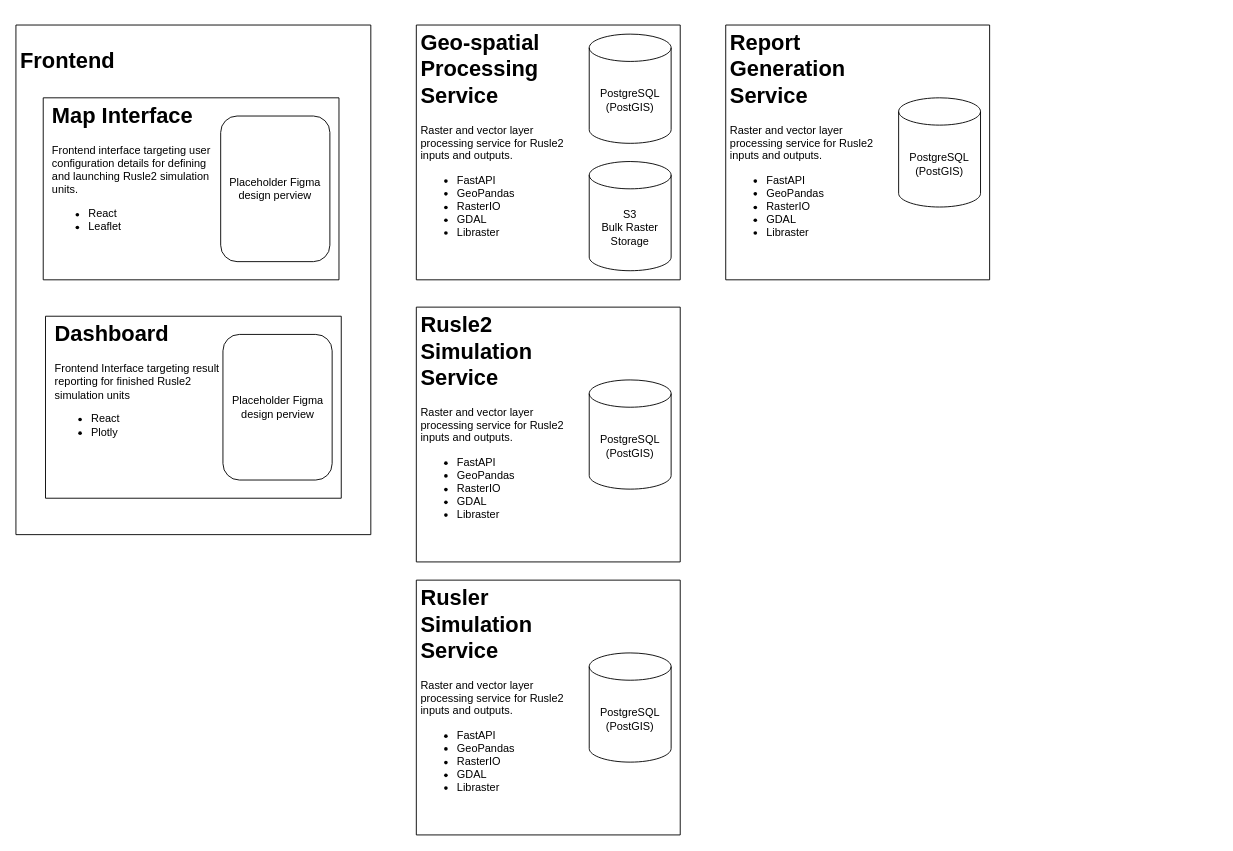
Above: Rusle2 Object Modeling Service.drawio in Rusle2-Object-Modeling-Service/design (draw.io), before the change. Source tidied: cells renumbered, new cells numbered last; positions are measured from the earlier drawing's top-left corner, leaving out a move shared by most shapes. Both pictures are drawn from the tidied source at 91%, with x=0, y=0 at pixel (15, 25).
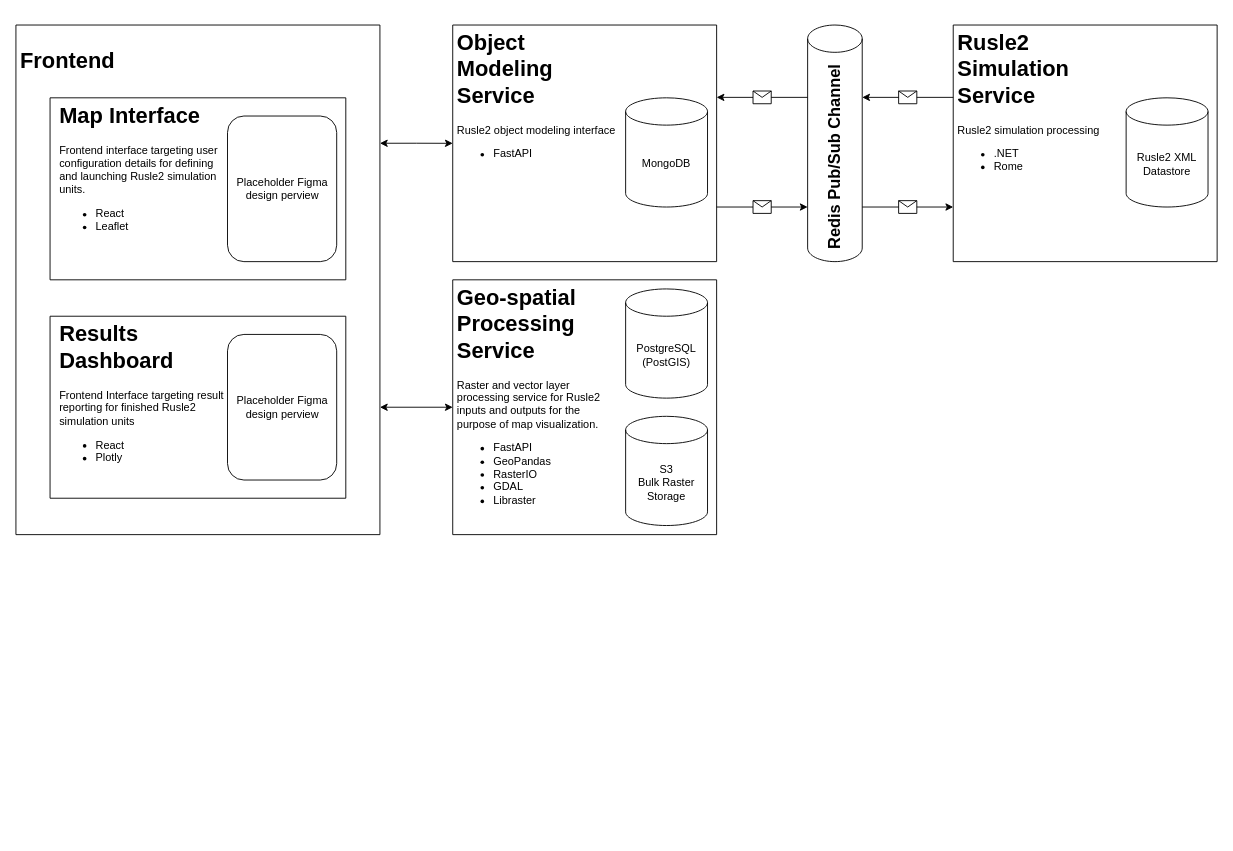
Above is the later version.

Change to the diagram source:
```diff
@@
     <mxCell id="2" style="swimlane;startSize=0;" parent="1" vertex="1">
-      <mxGeometry x="440" y="310" width="290" height="280" as="geometry" />
+      <mxGeometry x="1030" width="290" height="260" as="geometry" />
     </mxCell>
-    <mxCell id="3" value="&lt;h1&gt;Rusle2 Simulation Service&lt;br&gt;&lt;/h1&gt;&lt;p&gt;Raster and vector layer processing service for Rusle2 inputs and outputs.&lt;/p&gt;&lt;ul&gt;&lt;li&gt;FastAPI&lt;/li&gt;&lt;li&gt;GeoPandas&lt;/li&gt;&lt;li&gt;RasterIO&lt;/li&gt;&lt;li&gt;GDAL&lt;/li&gt;&lt;li&gt;Libraster&lt;br&gt;&lt;/li&gt;&lt;/ul&gt;" style="text;html=1;strokeColor=none;fillColor=none;spacing=5;spacingTop=-20;whiteSpace=wrap;overflow=hidden;rounded=0;" parent="2" vertex="1">
-      <mxGeometry width="190" height="280" as="geometry" />
+    <mxCell id="3" value="&lt;h1&gt;Rusle2 Simulation Service&lt;br&gt;&lt;/h1&gt;&lt;p&gt;Rusle2 simulation processing&lt;br&gt;&lt;/p&gt;&lt;ul&gt;&lt;li&gt;.NET&lt;br&gt;&lt;/li&gt;&lt;li&gt;Rome&lt;br&gt;&lt;/li&gt;&lt;/ul&gt;" style="text;html=1;strokeColor=none;fillColor=none;spacing=5;spacingTop=-20;whiteSpace=wrap;overflow=hidden;rounded=0;" parent="2" vertex="1">
+      <mxGeometry width="190" height="250" as="geometry" />
     </mxCell>
-    <mxCell id="4" value="&lt;div&gt;PostgreSQL&lt;/div&gt;&lt;div&gt;(PostGIS)&lt;br&gt;&lt;/div&gt;" style="shape=cylinder3;whiteSpace=wrap;html=1;boundedLbl=1;backgroundOutline=1;size=15;" parent="2" vertex="1">
+    <mxCell id="4" value="&lt;div&gt;Rusle2 XML Datastore&lt;br&gt;&lt;/div&gt;" style="shape=cylinder3;whiteSpace=wrap;html=1;boundedLbl=1;backgroundOutline=1;size=15;" parent="2" vertex="1">
       <mxGeometry x="190" y="80" width="90" height="120" as="geometry" />
     </mxCell>
     <mxCell id="5" style="swimlane;startSize=0;" parent="1" vertex="1">
-      <mxGeometry x="440" width="290" height="280" as="geometry" />
+      <mxGeometry x="480" y="280" width="290" height="280" as="geometry" />
     </mxCell>
-    <mxCell id="6" value="&lt;h1&gt;Geo-spatial Processing Service&lt;br&gt;&lt;/h1&gt;&lt;p&gt;Raster and vector layer processing service for Rusle2 inputs and outputs.&lt;/p&gt;&lt;ul&gt;&lt;li&gt;FastAPI&lt;/li&gt;&lt;li&gt;GeoPandas&lt;/li&gt;&lt;li&gt;RasterIO&lt;/li&gt;&lt;li&gt;GDAL&lt;/li&gt;&lt;li&gt;Libraster&lt;br&gt;&lt;/li&gt;&lt;/ul&gt;" style="text;html=1;strokeColor=none;fillColor=none;spacing=5;spacingTop=-20;whiteSpace=wrap;overflow=hidden;rounded=0;" parent="5" vertex="1">
+    <mxCell id="6" value="&lt;h1&gt;Geo-spatial Processing Service&lt;br&gt;&lt;/h1&gt;&lt;p&gt;Raster and vector layer processing service for Rusle2 inputs and outputs for the purpose of map visualization.&lt;/p&gt;&lt;ul&gt;&lt;li&gt;FastAPI&lt;/li&gt;&lt;li&gt;GeoPandas&lt;/li&gt;&lt;li&gt;RasterIO&lt;/li&gt;&lt;li&gt;GDAL&lt;/li&gt;&lt;li&gt;Libraster&lt;br&gt;&lt;/li&gt;&lt;/ul&gt;" style="text;html=1;strokeColor=none;fillColor=none;spacing=5;spacingTop=-20;whiteSpace=wrap;overflow=hidden;rounded=0;" parent="5" vertex="1">
       <mxGeometry width="190" height="280" as="geometry" />
     </mxCell>
@@
-    <mxCell id="9" style="swimlane;startSize=0;" parent="1" vertex="1">
-      <mxGeometry x="440" y="610" width="290" height="280" as="geometry" />
-    </mxCell>
-    <mxCell id="10" value="&lt;h1&gt;Rusler Simulation Service&lt;br&gt;&lt;/h1&gt;&lt;p&gt;Raster and vector layer processing service for Rusle2 inputs and outputs.&lt;/p&gt;&lt;ul&gt;&lt;li&gt;FastAPI&lt;/li&gt;&lt;li&gt;GeoPandas&lt;/li&gt;&lt;li&gt;RasterIO&lt;/li&gt;&lt;li&gt;GDAL&lt;/li&gt;&lt;li&gt;Libraster&lt;br&gt;&lt;/li&gt;&lt;/ul&gt;" style="text;html=1;strokeColor=none;fillColor=none;spacing=5;spacingTop=-20;whiteSpace=wrap;overflow=hidden;rounded=0;" parent="9" vertex="1">
-      <mxGeometry width="190" height="280" as="geometry" />
-    </mxCell>
-    <mxCell id="11" value="&lt;div&gt;PostgreSQL&lt;/div&gt;&lt;div&gt;(PostGIS)&lt;br&gt;&lt;/div&gt;" style="shape=cylinder3;whiteSpace=wrap;html=1;boundedLbl=1;backgroundOutline=1;size=15;" parent="9" vertex="1">
-      <mxGeometry x="190" y="80" width="90" height="120" as="geometry" />
-    </mxCell>
@@
+    <mxCell id="23" style="edgeStyle=orthogonalEdgeStyle;rounded=0;jettySize=auto;html=1;exitX=1;exitY=0.232;exitDx=0;exitDy=0;fontSize=18;exitPerimeter=0;startArrow=classic;startFill=1;" parent="1" edge="1" source="13" target="21">
+      <mxGeometry relative="1" as="geometry" />
+    </mxCell>
+    <mxCell id="24" style="edgeStyle=orthogonalEdgeStyle;rounded=0;jettySize=auto;html=1;exitX=1;exitY=0.75;exitDx=0;exitDy=0;entryX=0;entryY=0.5;entryDx=0;entryDy=0;fontSize=18;strokeColor=default;startArrow=classic;startFill=1;" parent="1" edge="1" source="13" target="6">
+      <mxGeometry relative="1" as="geometry" />
+    </mxCell>
     <mxCell id="13" style="swimlane;startSize=0;" parent="1" vertex="1">
-      <mxGeometry width="390" height="560" as="geometry" />
+      <mxGeometry width="400" height="560" as="geometry" />
     </mxCell>
     <mxCell id="14" value="&lt;h1&gt;Map Interface&lt;br&gt;&lt;/h1&gt;&lt;p&gt;Frontend interface targeting user configuration details for defining and launching Rusle2 simulation units.&lt;/p&gt;&lt;ul&gt;&lt;li&gt;React&lt;/li&gt;&lt;li&gt;Leaflet&lt;/li&gt;&lt;/ul&gt;" style="text;html=1;strokeColor=none;fillColor=none;spacing=5;spacingTop=-20;whiteSpace=wrap;overflow=hidden;rounded=0;" parent="13" vertex="1">
-      <mxGeometry x="35" y="80" width="190" height="190" as="geometry" />
+      <mxGeometry x="42.5" y="80" width="190" height="190" as="geometry" />
     </mxCell>
     <mxCell id="15" style="swimlane;startSize=0;" parent="13" vertex="1">
-      <mxGeometry x="30" y="80" width="325" height="200" as="geometry" />
+      <mxGeometry x="37.5" y="80" width="325" height="200" as="geometry" />
     </mxCell>
@@
-    <mxCell id="17" value="&lt;h1&gt;Dashboard&lt;br&gt;&lt;/h1&gt;&lt;p&gt;Frontend Interface targeting result reporting for finished Rusle2 simulation units&lt;br&gt;&lt;/p&gt;&lt;ul&gt;&lt;li&gt;React&lt;/li&gt;&lt;li&gt;Plotly&lt;br&gt;&lt;/li&gt;&lt;/ul&gt;" style="text;html=1;strokeColor=none;fillColor=none;spacing=5;spacingTop=-20;whiteSpace=wrap;overflow=hidden;rounded=0;" parent="13" vertex="1">
-      <mxGeometry x="37.5" y="320" width="190" height="190" as="geometry" />
+    <mxCell id="17" value="&lt;h1&gt;Results Dashboard&lt;br&gt;&lt;/h1&gt;&lt;p&gt;Frontend Interface targeting result reporting for finished Rusle2 simulation units&lt;br&gt;&lt;/p&gt;&lt;ul&gt;&lt;li&gt;React&lt;/li&gt;&lt;li&gt;Plotly&lt;br&gt;&lt;/li&gt;&lt;/ul&gt;" style="text;html=1;strokeColor=none;fillColor=none;spacing=5;spacingTop=-20;whiteSpace=wrap;overflow=hidden;rounded=0;" parent="13" vertex="1">
+      <mxGeometry x="42.5" y="320" width="190" height="190" as="geometry" />
     </mxCell>
     <mxCell id="18" style="swimlane;startSize=0;" parent="13" vertex="1">
-      <mxGeometry x="32.5" y="320" width="325" height="200" as="geometry" />
+      <mxGeometry x="37.5" y="320" width="325" height="200" as="geometry" />
     </mxCell>
@@
     <mxCell id="20" style="swimlane;startSize=0;" parent="1" vertex="1">
-      <mxGeometry x="780" width="290" height="280" as="geometry" />
+      <mxGeometry x="480" width="290" height="260" as="geometry" />
     </mxCell>
-    <mxCell id="21" value="&lt;h1&gt;Report Generation Service&lt;br&gt;&lt;/h1&gt;&lt;p&gt;Raster and vector layer processing service for Rusle2 inputs and outputs.&lt;/p&gt;&lt;ul&gt;&lt;li&gt;FastAPI&lt;/li&gt;&lt;li&gt;GeoPandas&lt;/li&gt;&lt;li&gt;RasterIO&lt;/li&gt;&lt;li&gt;GDAL&lt;/li&gt;&lt;li&gt;Libraster&lt;br&gt;&lt;/li&gt;&lt;/ul&gt;" style="text;html=1;strokeColor=none;fillColor=none;spacing=5;spacingTop=-20;whiteSpace=wrap;overflow=hidden;rounded=0;" parent="20" vertex="1">
-      <mxGeometry width="190" height="280" as="geometry" />
+    <mxCell id="21" value="&lt;h1&gt;Object Modeling Service&lt;br&gt;&lt;/h1&gt;&lt;p&gt;Rusle2 object modeling interface&lt;br&gt;&lt;/p&gt;&lt;ul&gt;&lt;li&gt;FastAPI&lt;/li&gt;&lt;/ul&gt;" style="text;html=1;strokeColor=none;fillColor=none;spacing=5;spacingTop=-20;whiteSpace=wrap;overflow=hidden;rounded=0;" parent="20" vertex="1">
+      <mxGeometry width="190" height="260" as="geometry" />
     </mxCell>
-    <mxCell id="22" value="&lt;div&gt;PostgreSQL&lt;/div&gt;&lt;div&gt;(PostGIS)&lt;br&gt;&lt;/div&gt;" style="shape=cylinder3;whiteSpace=wrap;html=1;boundedLbl=1;backgroundOutline=1;size=15;" parent="20" vertex="1">
+    <mxCell id="22" value="MongoDB" style="shape=cylinder3;whiteSpace=wrap;html=1;boundedLbl=1;backgroundOutline=1;size=15;" parent="20" vertex="1">
       <mxGeometry x="190" y="80" width="90" height="120" as="geometry" />
     </mxCell>
+    <mxCell id="25" style="shape=cylinder3;whiteSpace=wrap;html=1;boundedLbl=1;backgroundOutline=1;size=15;" parent="1" vertex="1">
+      <mxGeometry x="870" width="60" height="260" as="geometry" />
+    </mxCell>
+    <mxCell id="26" value="Redis Pub/Sub Channel" style="text;html=1;strokeColor=none;fillColor=none;align=center;verticalAlign=middle;whiteSpace=wrap;rounded=0;horizontal=0;textDirection=rtl;fontSize=18;fontStyle=1;flipH=1;flipV=1;direction=east;" parent="1" vertex="1">
+      <mxGeometry x="870" y="30" width="60" height="230" as="geometry" />
+    </mxCell>
+    <mxCell id="27" style="endArrow=classic;html=1;rounded=0;fontSize=18;" parent="1" edge="1">
+      <mxGeometry relative="1" as="geometry">
+        <mxPoint x="930" y="200" as="sourcePoint" />
+        <mxPoint x="1030" y="200" as="targetPoint" />
+      </mxGeometry>
+    </mxCell>
+    <mxCell id="28" style="shape=message;html=1;fontSize=18;" parent="27" vertex="1">
+      <mxGeometry width="20" height="14" relative="1" as="geometry">
+        <mxPoint x="-10" y="-7" as="offset" />
+      </mxGeometry>
+    </mxCell>
+    <mxCell id="29" style="endArrow=classic;html=1;rounded=0;fontSize=18;" parent="1" edge="1">
+      <mxGeometry relative="1" as="geometry">
+        <mxPoint x="770" y="200" as="sourcePoint" />
+        <mxPoint x="870" y="200" as="targetPoint" />
+      </mxGeometry>
+    </mxCell>
+    <mxCell id="30" style="shape=message;html=1;fontSize=18;" parent="29" vertex="1">
+      <mxGeometry width="20" height="14" relative="1" as="geometry">
+        <mxPoint x="-10" y="-7" as="offset" />
+      </mxGeometry>
+    </mxCell>
+    <mxCell id="31" style="endArrow=classic;html=1;rounded=0;fontSize=18;horizontal=1;" parent="1" edge="1">
+      <mxGeometry relative="1" as="geometry">
+        <mxPoint x="870" y="79.5" as="sourcePoint" />
+        <mxPoint x="770" y="79.5" as="targetPoint" />
+      </mxGeometry>
+    </mxCell>
+    <mxCell id="32" style="shape=message;html=1;fontSize=18;" parent="31" vertex="1">
+      <mxGeometry width="20" height="14" relative="1" as="geometry">
+        <mxPoint x="-10" y="-7" as="offset" />
+      </mxGeometry>
+    </mxCell>
+    <mxCell id="33" style="endArrow=classic;html=1;rounded=0;fontSize=18;horizontal=1;" parent="1" edge="1">
+      <mxGeometry relative="1" as="geometry">
+        <mxPoint x="1030" y="79.5" as="sourcePoint" />
+        <mxPoint x="930" y="79.5" as="targetPoint" />
+      </mxGeometry>
+    </mxCell>
+    <mxCell id="34" style="shape=message;html=1;fontSize=18;" parent="33" vertex="1">
+      <mxGeometry width="20" height="14" relative="1" as="geometry">
+        <mxPoint x="-10" y="-7" as="offset" />
+      </mxGeometry>
+    </mxCell>
```
